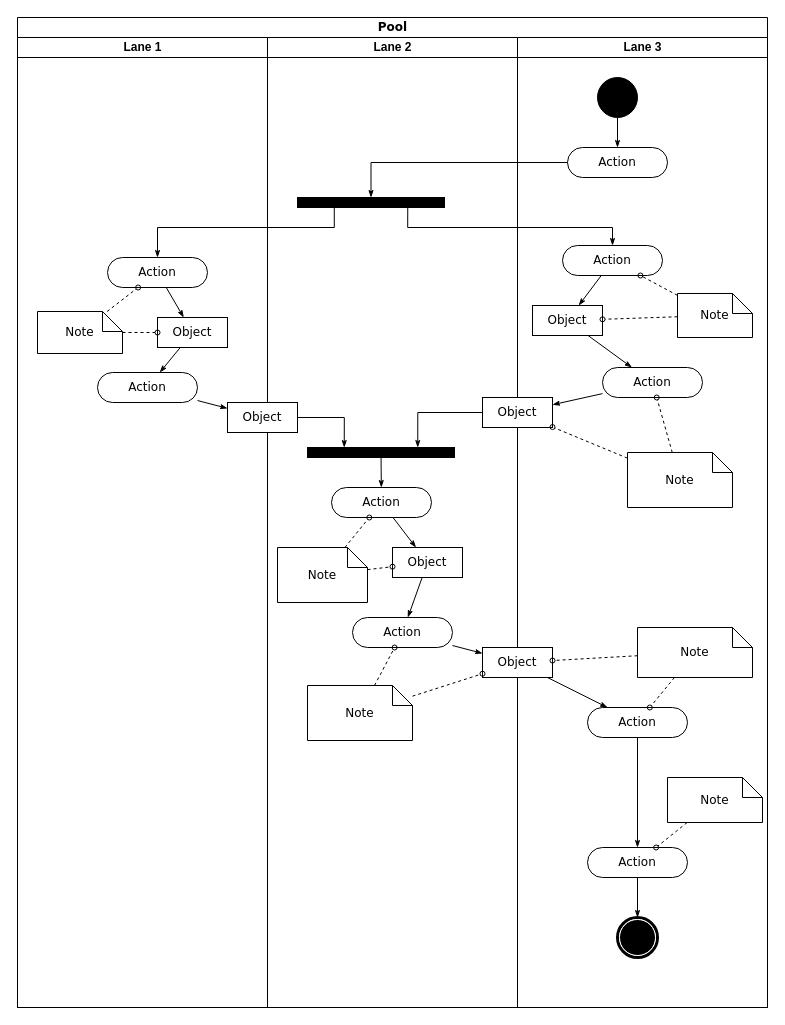
The draw.io diagram 2IO75 Embeded Systems UML.drawio in ShiyunKong/draw.io-storage, before the edit. Source tidied: cells renumbered, new cells numbered last; positions are measured from the earlier drawing's top-left corner, leaving out a move shared by most shapes. Both pictures are drawn from the tidied source at 100%, with x=0, y=0 at pixel (17, 17).
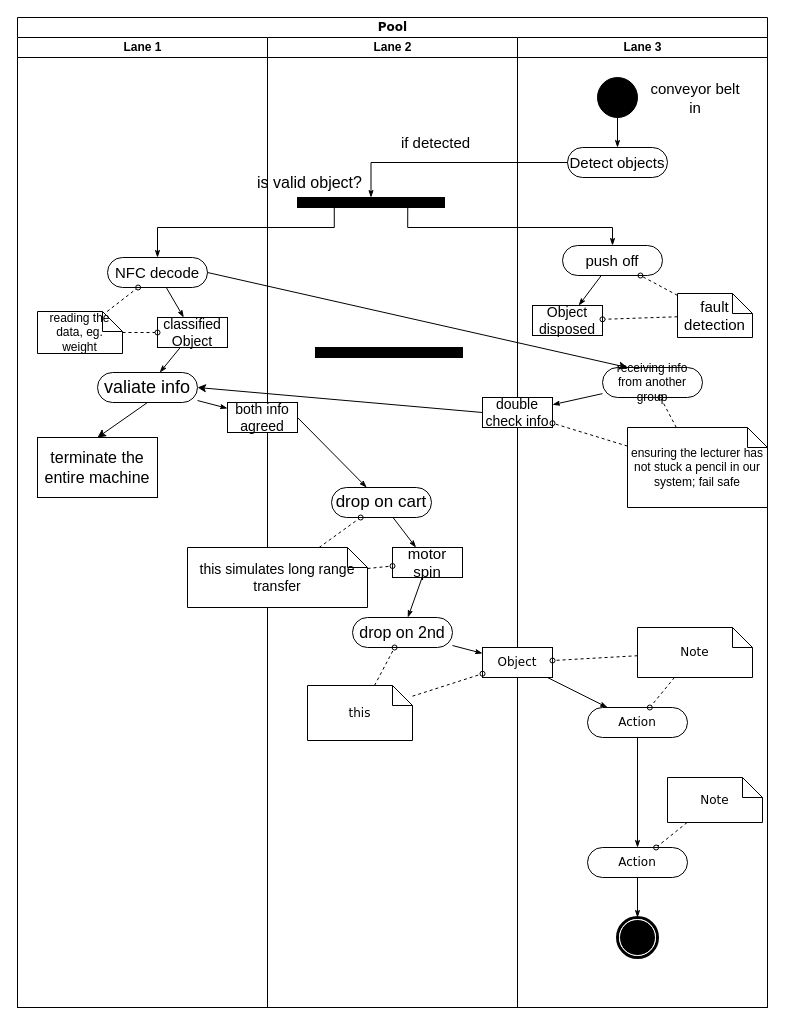
The same diagram, later.

The change refers to these unchanged cells:
```xml
<mxCell id="2" value="Pool" style="swimlane;html=1;startSize=20;rounded=0;shadow=0;comic=0;labelBackgroundColor=none;strokeWidth=1;fontFamily=Verdana;fontSize=12;align=center;" parent="1" vertex="1">
  <mxGeometry width="750" height="990" as="geometry" />
</mxCell>
<mxCell id="3" value="Lane 1" style="swimlane;html=1;startSize=20;" parent="2" vertex="1">
  <mxGeometry y="20" width="250" height="970" as="geometry" />
</mxCell>
<mxCell id="12" value="Lane 2" style="swimlane;html=1;startSize=20;" parent="2" vertex="1">
  <mxGeometry x="250" y="20" width="250" height="970" as="geometry" />
</mxCell>
<mxCell id="28" value="Lane 3" style="swimlane;html=1;startSize=20;" parent="2" vertex="1">
  <mxGeometry x="500" y="20" width="250" height="970" as="geometry" />
</mxCell>
```

The edit, as a diff of the source:
```diff
@@
-    <mxCell id="5" value="Action" style="rounded=1;whiteSpace=wrap;html=1;shadow=0;comic=0;labelBackgroundColor=none;strokeWidth=1;fontFamily=Verdana;fontSize=12;align=center;arcSize=50;" parent="3" vertex="1">
+    <mxCell id="5" value="&lt;font style=&quot;font-size: 15px;&quot; face=&quot;Calibri&quot;&gt;NFC decode&lt;/font&gt;" style="rounded=1;whiteSpace=wrap;html=1;shadow=0;comic=0;labelBackgroundColor=none;strokeWidth=1;fontFamily=Verdana;fontSize=12;align=center;arcSize=50;" parent="3" vertex="1">
       <mxGeometry x="90" y="220" width="100" height="30" as="geometry" />
     </mxCell>
-    <mxCell id="6" value="Action" style="rounded=1;whiteSpace=wrap;html=1;shadow=0;comic=0;labelBackgroundColor=none;strokeWidth=1;fontFamily=Verdana;fontSize=12;align=center;arcSize=50;" parent="3" vertex="1">
+    <mxCell id="6" value="&lt;font style=&quot;font-size: 18px;&quot; face=&quot;Calibri&quot;&gt;valiate info&lt;br&gt;&lt;/font&gt;" style="rounded=1;whiteSpace=wrap;html=1;shadow=0;comic=0;labelBackgroundColor=none;strokeWidth=1;fontFamily=Verdana;fontSize=12;align=center;arcSize=50;" parent="3" vertex="1">
       <mxGeometry x="80" y="335" width="100" height="30" as="geometry" />
     </mxCell>
@@
-    <mxCell id="8" value="Object" style="rounded=0;whiteSpace=wrap;html=1;shadow=0;comic=0;labelBackgroundColor=none;strokeWidth=1;fontFamily=Verdana;fontSize=12;align=center;arcSize=50;" parent="3" vertex="1">
+    <mxCell id="8" value="&lt;font style=&quot;font-size: 14px;&quot; face=&quot;Calibri&quot;&gt;classified Object&lt;/font&gt;" style="rounded=0;whiteSpace=wrap;html=1;shadow=0;comic=0;labelBackgroundColor=none;strokeWidth=1;fontFamily=Verdana;fontSize=12;align=center;arcSize=50;" parent="3" vertex="1">
       <mxGeometry x="140" y="280" width="70" height="30" as="geometry" />
     </mxCell>
@@
-    <mxCell id="11" value="Note" style="shape=note;whiteSpace=wrap;html=1;rounded=0;shadow=0;comic=0;labelBackgroundColor=none;strokeWidth=1;fontFamily=Verdana;fontSize=12;align=center;size=20;" parent="3" vertex="1">
+    <mxCell id="11" value="&lt;font style=&quot;font-size: 12px;&quot; face=&quot;Calibri&quot;&gt;reading the data, eg. weight &lt;/font&gt;" style="shape=note;whiteSpace=wrap;html=1;rounded=0;shadow=0;comic=0;labelBackgroundColor=none;strokeWidth=1;fontFamily=Verdana;fontSize=12;align=center;size=20;" parent="3" vertex="1">
       <mxGeometry x="20" y="274" width="85" height="42" as="geometry" />
     </mxCell>
+    <mxCell id="64" style="endArrow=classic;html=1;rounded=0;exitX=0.5;exitY=1;exitDx=0;exitDy=0;entryX=0.5;entryY=0;entryDx=0;entryDy=0;" parent="3" edge="1" source="6" target="65">
+      <mxGeometry relative="1" as="geometry" />
+    </mxCell>
+    <mxCell id="65" value="&lt;font style=&quot;font-size: 16px;&quot; face=&quot;Calibri&quot;&gt;terminate the entire machine&lt;/font&gt;" style="rounded=0;whiteSpace=wrap;html=1;" parent="3" vertex="1">
+      <mxGeometry x="20" y="400" width="120" height="60" as="geometry" />
+    </mxCell>
@@
-    <mxCell id="15" value="Action" style="rounded=1;whiteSpace=wrap;html=1;shadow=0;comic=0;labelBackgroundColor=none;strokeWidth=1;fontFamily=Verdana;fontSize=12;align=center;arcSize=50;" parent="12" vertex="1">
+    <mxCell id="15" value="&lt;font style=&quot;font-size: 17px;&quot; face=&quot;Calibri&quot;&gt;drop on cart&lt;br&gt;&lt;/font&gt;" style="rounded=1;whiteSpace=wrap;html=1;shadow=0;comic=0;labelBackgroundColor=none;strokeWidth=1;fontFamily=Verdana;fontSize=12;align=center;arcSize=50;" parent="12" vertex="1">
       <mxGeometry x="64" y="450" width="100" height="30" as="geometry" />
     </mxCell>
-    <mxCell id="16" style="edgeStyle=none;rounded=0;html=1;labelBackgroundColor=none;startArrow=none;startFill=0;startSize=5;endArrow=classicThin;endFill=1;endSize=5;jettySize=auto;strokeWidth=1;fontFamily=Verdana;fontSize=12;" parent="12" edge="1" source="17" target="15">
+    <mxCell id="16" style="edgeStyle=none;rounded=0;html=1;labelBackgroundColor=none;startArrow=none;startFill=0;startSize=5;endArrow=classicThin;endFill=1;endSize=5;jettySize=auto;strokeWidth=1;fontFamily=Verdana;fontSize=12;exitX=1;exitY=0.5;exitDx=0;exitDy=0;" parent="12" edge="1" source="19" target="15">
       <mxGeometry relative="1" as="geometry" />
     </mxCell>
     <mxCell id="17" style="whiteSpace=wrap;html=1;rounded=0;shadow=0;comic=0;labelBackgroundColor=none;strokeWidth=1;fillColor=#000000;fontFamily=Verdana;fontSize=12;align=center;rotation=0;" parent="12" vertex="1">
-      <mxGeometry x="40" y="410" width="147" height="10" as="geometry" />
+      <mxGeometry x="48" y="310" width="147" height="10" as="geometry" />
     </mxCell>
-    <mxCell id="18" style="edgeStyle=orthogonalEdgeStyle;rounded=0;html=1;entryX=0.25;entryY=0;labelBackgroundColor=none;startArrow=none;startFill=0;startSize=5;endArrow=classicThin;endFill=1;endSize=5;jettySize=auto;strokeWidth=1;fontFamily=Verdana;fontSize=12;" parent="12" edge="1" source="19" target="17">
-      <mxGeometry relative="1" as="geometry" />
-    </mxCell>
-    <mxCell id="19" value="Object" style="rounded=0;whiteSpace=wrap;html=1;shadow=0;comic=0;labelBackgroundColor=none;strokeWidth=1;fontFamily=Verdana;fontSize=12;align=center;arcSize=50;" parent="12" vertex="1">
+    <mxCell id="19" value="&lt;font style=&quot;font-size: 14px;&quot; face=&quot;Calibri&quot;&gt;both info agreed&lt;/font&gt;" style="rounded=0;whiteSpace=wrap;html=1;shadow=0;comic=0;labelBackgroundColor=none;strokeWidth=1;fontFamily=Verdana;fontSize=12;align=center;arcSize=50;" parent="12" vertex="1">
       <mxGeometry x="-40" y="365" width="70" height="30" as="geometry" />
     </mxCell>
@@
-    <mxCell id="21" value="Object" style="rounded=0;whiteSpace=wrap;html=1;shadow=0;comic=0;labelBackgroundColor=none;strokeWidth=1;fontFamily=Verdana;fontSize=12;align=center;arcSize=50;" parent="12" vertex="1">
+    <mxCell id="21" value="&lt;font style=&quot;font-size: 15px;&quot; face=&quot;Calibri&quot;&gt;motor spin&lt;/font&gt;" style="rounded=0;whiteSpace=wrap;html=1;shadow=0;comic=0;labelBackgroundColor=none;strokeWidth=1;fontFamily=Verdana;fontSize=12;align=center;arcSize=50;" parent="12" vertex="1">
       <mxGeometry x="125" y="510" width="70" height="30" as="geometry" />
     </mxCell>
-    <mxCell id="22" value="Action" style="rounded=1;whiteSpace=wrap;html=1;shadow=0;comic=0;labelBackgroundColor=none;strokeWidth=1;fontFamily=Verdana;fontSize=12;align=center;arcSize=50;" parent="12" vertex="1">
+    <mxCell id="22" value="&lt;font style=&quot;font-size: 16px;&quot; face=&quot;Calibri&quot;&gt;drop on 2nd &lt;/font&gt;" style="rounded=1;whiteSpace=wrap;html=1;shadow=0;comic=0;labelBackgroundColor=none;strokeWidth=1;fontFamily=Verdana;fontSize=12;align=center;arcSize=50;" parent="12" vertex="1">
       <mxGeometry x="85" y="580" width="100" height="30" as="geometry" />
     </mxCell>
@@
-    <mxCell id="25" value="Note" style="shape=note;whiteSpace=wrap;html=1;rounded=0;shadow=0;comic=0;labelBackgroundColor=none;strokeWidth=1;fontFamily=Verdana;fontSize=12;align=center;size=20;" parent="12" vertex="1">
-      <mxGeometry x="10" y="510" width="90" height="55" as="geometry" />
+    <mxCell id="25" value="&lt;font style=&quot;font-size: 14px;&quot; face=&quot;Calibri&quot;&gt;this simulates long range transfer&lt;br&gt;&lt;/font&gt;" style="shape=note;whiteSpace=wrap;html=1;rounded=0;shadow=0;comic=0;labelBackgroundColor=none;strokeWidth=1;fontFamily=Verdana;fontSize=12;align=center;size=20;" parent="12" vertex="1">
+      <mxGeometry x="-80" y="510" width="180" height="60" as="geometry" />
     </mxCell>
@@
-    <mxCell id="27" value="Note" style="shape=note;whiteSpace=wrap;html=1;rounded=0;shadow=0;comic=0;labelBackgroundColor=none;strokeWidth=1;fontFamily=Verdana;fontSize=12;align=center;size=20;" parent="12" vertex="1">
+    <mxCell id="27" value="this " style="shape=note;whiteSpace=wrap;html=1;rounded=0;shadow=0;comic=0;labelBackgroundColor=none;strokeWidth=1;fontFamily=Verdana;fontSize=12;align=center;size=20;" parent="12" vertex="1">
       <mxGeometry x="40" y="648" width="105" height="55" as="geometry" />
     </mxCell>
+    <mxCell id="66" value="&lt;font style=&quot;font-size: 15px;&quot; face=&quot;Calibri&quot;&gt;if detected&lt;/font&gt;" style="text;html=1;align=center;verticalAlign=middle;whiteSpace=wrap;rounded=0;" parent="12" vertex="1">
+      <mxGeometry x="90" y="90" width="157" height="30" as="geometry" />
+    </mxCell>
+    <mxCell id="67" value="&lt;font style=&quot;font-size: 16px;&quot; face=&quot;Calibri&quot;&gt;is valid object?&lt;/font&gt;" style="text;html=1;align=center;verticalAlign=middle;whiteSpace=wrap;rounded=0;" parent="12" vertex="1">
+      <mxGeometry x="-20" y="130" width="125" height="30" as="geometry" />
+    </mxCell>
@@
-    <mxCell id="31" value="Action" style="rounded=1;whiteSpace=wrap;html=1;shadow=0;comic=0;labelBackgroundColor=none;strokeWidth=1;fontFamily=Verdana;fontSize=12;align=center;arcSize=50;" parent="28" vertex="1">
+    <mxCell id="31" value="&lt;font style=&quot;font-size: 15px;&quot; face=&quot;Calibri&quot;&gt;Detect objects &lt;/font&gt;" style="rounded=1;whiteSpace=wrap;html=1;shadow=0;comic=0;labelBackgroundColor=none;strokeWidth=1;fontFamily=Verdana;fontSize=12;align=center;arcSize=50;" parent="28" vertex="1">
       <mxGeometry x="50" y="110" width="100" height="30" as="geometry" />
     </mxCell>
@@
-    <mxCell id="33" value="Action" style="rounded=1;whiteSpace=wrap;html=1;shadow=0;comic=0;labelBackgroundColor=none;strokeWidth=1;fontFamily=Verdana;fontSize=12;align=center;arcSize=50;" parent="28" vertex="1">
+    <mxCell id="33" value="&lt;font style=&quot;font-size: 15px;&quot; face=&quot;Calibri&quot;&gt;push off&lt;/font&gt;" style="rounded=1;whiteSpace=wrap;html=1;shadow=0;comic=0;labelBackgroundColor=none;strokeWidth=1;fontFamily=Verdana;fontSize=12;align=center;arcSize=50;" parent="28" vertex="1">
       <mxGeometry x="45" y="208" width="100" height="30" as="geometry" />
     </mxCell>
@@
-    <mxCell id="35" value="Action" style="rounded=1;whiteSpace=wrap;html=1;shadow=0;comic=0;labelBackgroundColor=none;strokeWidth=1;fontFamily=Verdana;fontSize=12;align=center;arcSize=50;" parent="28" vertex="1">
+    <mxCell id="35" value="&lt;font face=&quot;Calibri&quot;&gt;receiving info from another group&lt;br&gt;&lt;/font&gt;" style="rounded=1;whiteSpace=wrap;html=1;shadow=0;comic=0;labelBackgroundColor=none;strokeWidth=1;fontFamily=Verdana;fontSize=12;align=center;arcSize=50;" parent="28" vertex="1">
       <mxGeometry x="85" y="330" width="100" height="30" as="geometry" />
     </mxCell>
-    <mxCell id="36" style="edgeStyle=none;rounded=0;html=1;labelBackgroundColor=none;startArrow=none;startFill=0;startSize=5;endArrow=classicThin;endFill=1;endSize=5;jettySize=auto;strokeWidth=1;fontFamily=Verdana;fontSize=12;" parent="28" edge="1" source="37" target="35">
-      <mxGeometry relative="1" as="geometry" />
-    </mxCell>
-    <mxCell id="37" value="Object" style="rounded=0;whiteSpace=wrap;html=1;shadow=0;comic=0;labelBackgroundColor=none;strokeWidth=1;fontFamily=Verdana;fontSize=12;align=center;arcSize=50;" parent="28" vertex="1">
+    <mxCell id="37" value="&lt;font style=&quot;font-size: 14px;&quot; face=&quot;Calibri&quot;&gt;Object disposed&lt;br&gt;&lt;/font&gt;" style="rounded=0;whiteSpace=wrap;html=1;shadow=0;comic=0;labelBackgroundColor=none;strokeWidth=1;fontFamily=Verdana;fontSize=12;align=center;arcSize=50;" parent="28" vertex="1">
       <mxGeometry x="15" y="268" width="70" height="30" as="geometry" />
     </mxCell>
-    <mxCell id="38" value="Object" style="rounded=0;whiteSpace=wrap;html=1;shadow=0;comic=0;labelBackgroundColor=none;strokeWidth=1;fontFamily=Verdana;fontSize=12;align=center;arcSize=50;" parent="28" vertex="1">
+    <mxCell id="38" value="&lt;font style=&quot;font-size: 14px;&quot; face=&quot;Calibri&quot;&gt;double check info&lt;br&gt;&lt;/font&gt;" style="rounded=0;whiteSpace=wrap;html=1;shadow=0;comic=0;labelBackgroundColor=none;strokeWidth=1;fontFamily=Verdana;fontSize=12;align=center;arcSize=50;" parent="28" vertex="1">
       <mxGeometry x="-35" y="360" width="70" height="30" as="geometry" />
     </mxCell>
@@
-    <mxCell id="48" value="Note" style="shape=note;whiteSpace=wrap;html=1;rounded=0;shadow=0;comic=0;labelBackgroundColor=none;strokeWidth=1;fontFamily=Verdana;fontSize=12;align=center;size=20;" parent="28" vertex="1">
+    <mxCell id="48" value="&lt;font style=&quot;font-size: 15px;&quot; face=&quot;Calibri&quot;&gt;fault detection&lt;br&gt;&lt;/font&gt;" style="shape=note;whiteSpace=wrap;html=1;rounded=0;shadow=0;comic=0;labelBackgroundColor=none;strokeWidth=1;fontFamily=Verdana;fontSize=12;align=center;size=20;" parent="28" vertex="1">
       <mxGeometry x="160" y="256" width="75" height="44" as="geometry" />
     </mxCell>
@@
-    <mxCell id="51" value="Note" style="shape=note;whiteSpace=wrap;html=1;rounded=0;shadow=0;comic=0;labelBackgroundColor=none;strokeWidth=1;fontFamily=Verdana;fontSize=12;align=center;size=20;" parent="28" vertex="1">
-      <mxGeometry x="110" y="415" width="105" height="55" as="geometry" />
+    <mxCell id="51" value="&lt;font face=&quot;Calibri&quot;&gt;ensuring the lecturer has not stuck a pencil in our system; fail safe&lt;br&gt;&lt;/font&gt;" style="shape=note;whiteSpace=wrap;html=1;rounded=0;shadow=0;comic=0;labelBackgroundColor=none;strokeWidth=1;fontFamily=Verdana;fontSize=12;align=center;size=20;" parent="28" vertex="1">
+      <mxGeometry x="110" y="390" width="140" height="80" as="geometry" />
     </mxCell>
@@
+    <mxCell id="68" value="&lt;font style=&quot;font-size: 15px;&quot; face=&quot;Tahoma&quot;&gt;&lt;font style=&quot;font-size: 15px;&quot; face=&quot;Calibri&quot;&gt;conveyor belt in&lt;/font&gt;&lt;br&gt;&lt;/font&gt;" style="text;html=1;align=center;verticalAlign=middle;whiteSpace=wrap;rounded=0;" parent="28" vertex="1">
+      <mxGeometry x="127.5" y="45" width="100" height="30" as="geometry" />
+    </mxCell>
@@
-    <mxCell id="60" style="edgeStyle=orthogonalEdgeStyle;rounded=0;html=1;entryX=0.75;entryY=0;labelBackgroundColor=none;startArrow=none;startFill=0;startSize=5;endArrow=classicThin;endFill=1;endSize=5;jettySize=auto;strokeWidth=1;fontFamily=Verdana;fontSize=12;" parent="2" edge="1" source="38" target="17">
-      <mxGeometry relative="1" as="geometry" />
-    </mxCell>
@@
+    <mxCell id="69" style="endArrow=classic;html=1;rounded=0;exitX=1;exitY=0.5;exitDx=0;exitDy=0;entryX=0.25;entryY=0;entryDx=0;entryDy=0;" parent="2" edge="1" source="5" target="35">
+      <mxGeometry relative="1" as="geometry" />
+    </mxCell>
+    <mxCell id="70" style="endArrow=classic;html=1;rounded=0;exitX=0;exitY=0.5;exitDx=0;exitDy=0;entryX=1;entryY=0.5;entryDx=0;entryDy=0;" parent="2" edge="1" source="38" target="6">
+      <mxGeometry relative="1" as="geometry" />
+    </mxCell>
```
